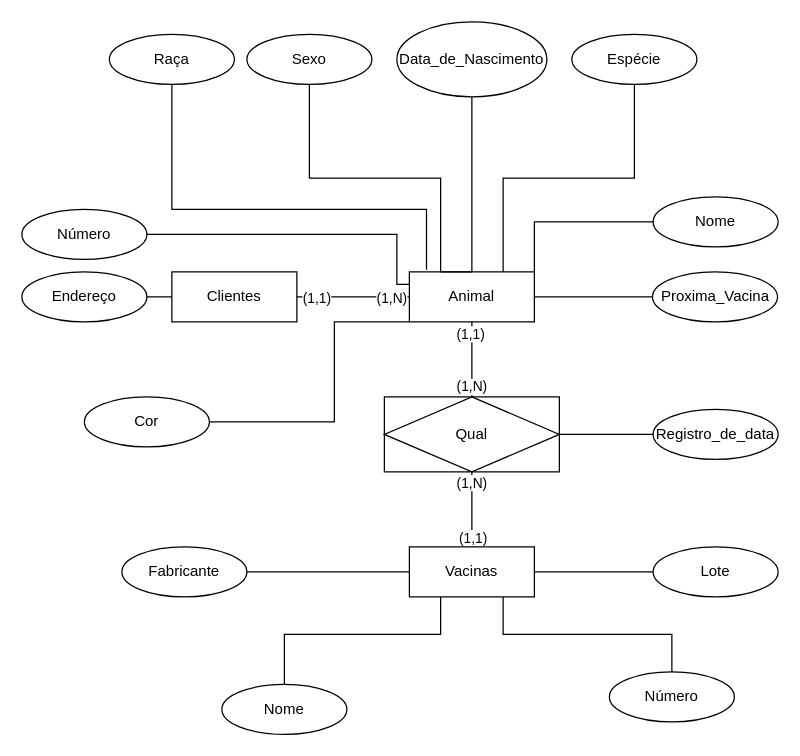
Before: Diagramas/Diagrama 07.drawio in bruniculos08/BAN1002, a draw.io diagram. Source tidied: cells renumbered, new cells numbered last; positions are measured from the earlier drawing's top-left corner, leaving out a move shared by most shapes. Both pictures are drawn from the tidied source at 125%, with x=0, y=0 at pixel (21, 21).
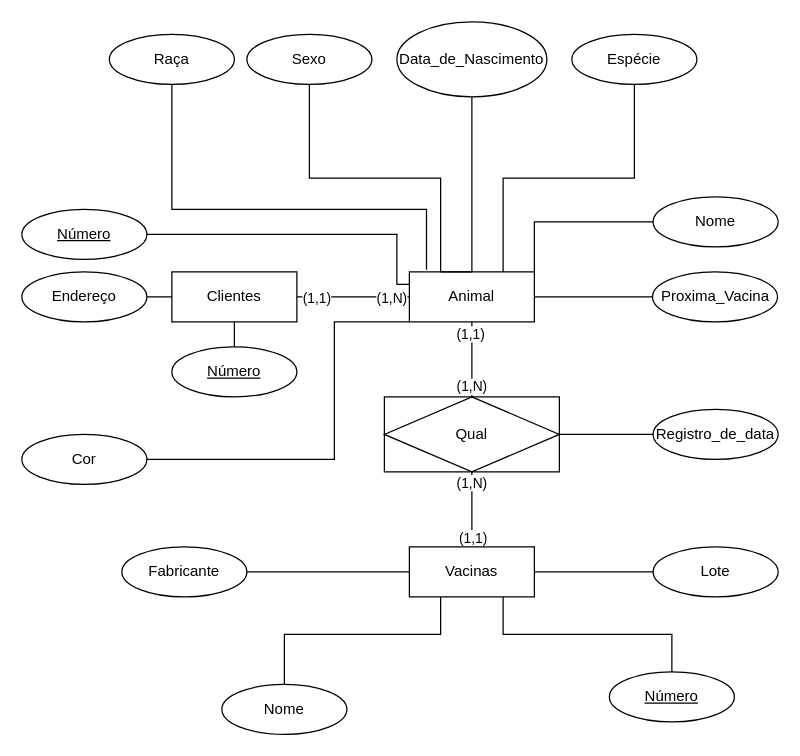
The same diagram, later.

Unchanged cells that the change refers to:
```xml
<mxCell id="6" value="Animal" style="whiteSpace=wrap;html=1;align=center;" parent="1" vertex="1">
  <mxGeometry x="310" y="200" width="100" height="40" as="geometry" />
</mxCell>
<mxCell id="21" value="Clientes" style="whiteSpace=wrap;html=1;align=center;" parent="1" vertex="1">
  <mxGeometry x="120" y="200" width="100" height="40" as="geometry" />
</mxCell>
```

What changed in the source:
```diff
@@
+    <mxCell id="44" style="edgeStyle=orthogonalEdgeStyle;rounded=0;jettySize=auto;html=1;exitX=0.5;exitY=1;exitDx=0;exitDy=0;entryX=0.5;entryY=0;entryDx=0;entryDy=0;endArrow=none;endFill=0;" parent="1" edge="1" source="21" target="45">
+      <mxGeometry relative="1" as="geometry" />
+    </mxCell>
@@
-    <mxCell id="33" value="Número" style="ellipse;whiteSpace=wrap;html=1;align=center;" parent="1" vertex="1">
+    <mxCell id="33" value="&lt;u&gt;Número&lt;/u&gt;" style="ellipse;whiteSpace=wrap;html=1;align=center;" parent="1" vertex="1">
       <mxGeometry y="150" width="100" height="40" as="geometry" />
     </mxCell>
@@
     <mxCell id="36" style="edgeStyle=orthogonalEdgeStyle;rounded=0;jettySize=auto;html=1;exitX=1;exitY=0.5;exitDx=0;exitDy=0;entryX=0;entryY=1;entryDx=0;entryDy=0;endArrow=none;endFill=0;" parent="1" edge="1" source="37" target="6">
       <mxGeometry relative="1" as="geometry">
         <Array as="points">
-          <mxPoint x="250" y="320" />
+          <mxPoint x="100" y="350" />
+          <mxPoint x="250" y="350" />
           <mxPoint x="250" y="240" />
         </Array>
       </mxGeometry>
     </mxCell>
     <mxCell id="37" value="Cor" style="ellipse;whiteSpace=wrap;html=1;align=center;" parent="1" vertex="1">
-      <mxGeometry x="50" y="300" width="100" height="40" as="geometry" />
+      <mxGeometry y="330" width="100" height="40" as="geometry" />
     </mxCell>
@@
-    <mxCell id="40" value="Número" style="ellipse;whiteSpace=wrap;html=1;align=center;" parent="1" vertex="1">
+    <mxCell id="40" value="&lt;u&gt;Número&lt;/u&gt;" style="ellipse;whiteSpace=wrap;html=1;align=center;" parent="1" vertex="1">
       <mxGeometry x="470" y="520" width="100" height="40" as="geometry" />
     </mxCell>
@@
+    <mxCell id="45" value="&lt;u&gt;Número&lt;/u&gt;" style="ellipse;whiteSpace=wrap;html=1;align=center;" parent="1" vertex="1">
+      <mxGeometry x="120" y="260" width="100" height="40" as="geometry" />
+    </mxCell>
```
